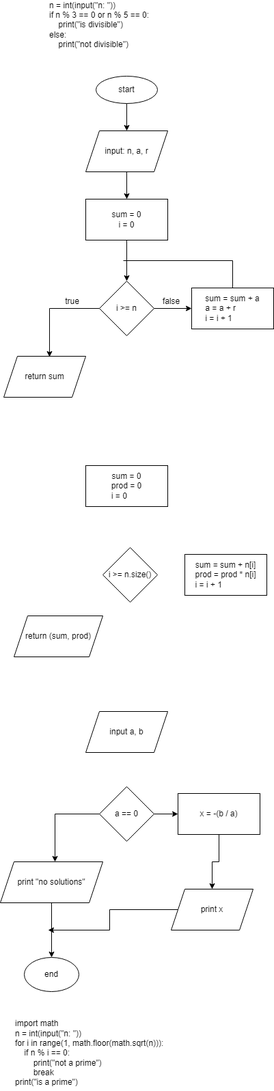
Before: home_1.drawio.png, a diagram exported from draw.io (jacekwargol/AdventOfCode). Source tidied: cells renumbered, new cells last; positions are measured from the earlier drawing's top-left corner, leaving out a move shared by most shapes.
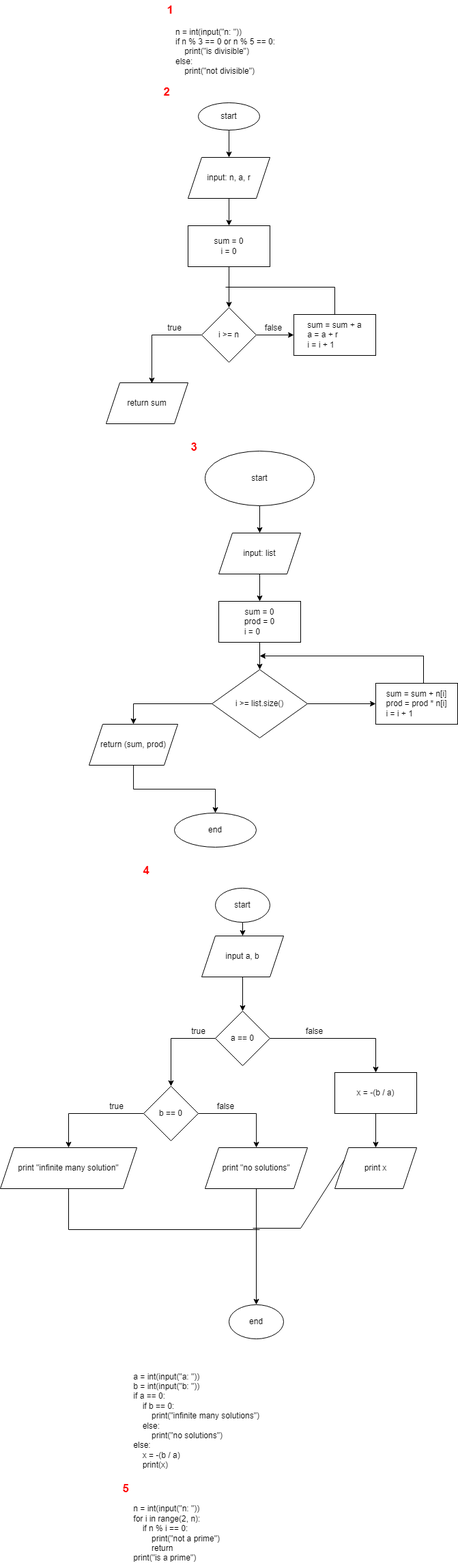
Later version of the same file.

Change to the diagram source:
```diff
@@ -3,7 +3,7 @@
     <mxCell id="0" />
     <mxCell id="1" parent="0" />
     <mxCell id="2" value="&lt;div&gt;n = int(input(&quot;n: &quot;))&lt;/div&gt;&lt;div&gt;if n % 3 == 0 or n % 5 == 0:&lt;/div&gt;&lt;div&gt;&amp;nbsp; &amp;nbsp; print(&quot;is divisible&quot;)&lt;/div&gt;&lt;div&gt;else:&lt;/div&gt;&lt;div&gt;&amp;nbsp; &amp;nbsp; print(&quot;not divisible&quot;)&lt;/div&gt;" style="text;html=1;strokeColor=none;fillColor=none;align=left;verticalAlign=middle;whiteSpace=wrap;rounded=0;" parent="1" vertex="1">
-      <mxGeometry x="70" width="230" height="30" as="geometry" />
+      <mxGeometry x="105" width="230" height="30" as="geometry" />
     </mxCell>
     <mxCell id="3" style="edgeStyle=orthogonalEdgeStyle;rounded=0;jettySize=auto;html=1;entryX=0.5;entryY=0;entryDx=0;entryDy=0;" parent="1" edge="1" source="4" target="6">
       <mxGeometry relative="1" as="geometry" />
@@ -52,57 +52,156 @@
     <mxCell id="16" value="false" style="text;html=1;align=center;verticalAlign=middle;strokeColor=none;fillColor=none;" parent="1" vertex="1">
       <mxGeometry x="225" y="405" width="50" height="30" as="geometry" />
     </mxCell>
+    <mxCell id="33" style="edgeStyle=orthogonalEdgeStyle;rounded=0;jettySize=auto;html=1;" parent="1" edge="1" source="17" target="18">
+      <mxGeometry relative="1" as="geometry" />
+    </mxCell>
     <mxCell id="17" value="sum = 0&lt;br&gt;prod = 0&lt;br&gt;&lt;div style=&quot;text-align: left;&quot;&gt;&lt;span style=&quot;background-color: initial;&quot;&gt;i = 0&lt;/span&gt;&lt;/div&gt;" style="rounded=0;whiteSpace=wrap;html=1;" parent="1" vertex="1">
-      <mxGeometry x="125" y="660" width="120" height="60" as="geometry" />
+      <mxGeometry x="170" y="820" width="120" height="60" as="geometry" />
     </mxCell>
+    <mxCell id="34" style="edgeStyle=orthogonalEdgeStyle;rounded=0;jettySize=auto;html=1;entryX=0.5;entryY=0;entryDx=0;entryDy=0;" parent="1" edge="1" source="18" target="20">
+      <mxGeometry relative="1" as="geometry" />
+    </mxCell>
+    <mxCell id="35" style="edgeStyle=orthogonalEdgeStyle;rounded=0;jettySize=auto;html=1;" parent="1" edge="1" source="18" target="19">
+      <mxGeometry relative="1" as="geometry" />
+    </mxCell>
-    <mxCell id="18" value="i &amp;gt;= n.size()" style="rhombus;whiteSpace=wrap;html=1;" parent="1" vertex="1">
-      <mxGeometry x="150" y="780" width="80" height="80" as="geometry" />
+    <mxCell id="18" value="i &amp;gt;= list.size()" style="rhombus;whiteSpace=wrap;html=1;" parent="1" vertex="1">
+      <mxGeometry x="160" y="920" width="140" height="100" as="geometry" />
     </mxCell>
     <mxCell id="19" value="sum = sum + n[i]&lt;br&gt;prod = prod * n[i]&lt;br&gt;&lt;div style=&quot;text-align: left;&quot;&gt;&lt;span style=&quot;background-color: initial;&quot;&gt;i = i + 1&lt;/span&gt;&lt;/div&gt;" style="rounded=0;whiteSpace=wrap;html=1;" parent="1" vertex="1">
-      <mxGeometry x="270" y="790" width="120" height="60" as="geometry" />
+      <mxGeometry x="400" y="940" width="120" height="60" as="geometry" />
     </mxCell>
+    <mxCell id="36" style="edgeStyle=orthogonalEdgeStyle;rounded=0;jettySize=auto;html=1;" parent="1" edge="1" source="20" target="43">
+      <mxGeometry relative="1" as="geometry" />
+    </mxCell>
     <mxCell id="20" value="return (sum, prod)" style="shape=parallelogram;perimeter=parallelogramPerimeter;whiteSpace=wrap;html=1;fixedSize=1;" parent="1" vertex="1">
-      <mxGeometry x="20" y="880" width="130" height="60" as="geometry" />
+      <mxGeometry x="-20" y="1000" width="130" height="60" as="geometry" />
     </mxCell>
+    <mxCell id="37" style="edgeStyle=orthogonalEdgeStyle;rounded=0;jettySize=auto;html=1;" parent="1" edge="1" source="21" target="24">
+      <mxGeometry relative="1" as="geometry" />
+    </mxCell>
     <mxCell id="21" value="input a, b" style="shape=parallelogram;perimeter=parallelogramPerimeter;whiteSpace=wrap;html=1;fixedSize=1;" parent="1" vertex="1">
-      <mxGeometry x="125" y="1020" width="120" height="60" as="geometry" />
+      <mxGeometry x="145" y="1310" width="120" height="60" as="geometry" />
     </mxCell>
     <mxCell id="22" style="edgeStyle=orthogonalEdgeStyle;rounded=0;jettySize=auto;html=1;" parent="1" edge="1" source="24">
       <mxGeometry relative="1" as="geometry">
-        <mxPoint x="80" y="1240" as="targetPoint" />
+        <mxPoint x="100" y="1530" as="targetPoint" />
       </mxGeometry>
     </mxCell>
     <mxCell id="23" style="edgeStyle=orthogonalEdgeStyle;rounded=0;jettySize=auto;html=1;" parent="1" edge="1" source="24" target="29">
       <mxGeometry relative="1" as="geometry" />
     </mxCell>
     <mxCell id="24" value="a == 0" style="rhombus;whiteSpace=wrap;html=1;" parent="1" vertex="1">
-      <mxGeometry x="145" y="1130" width="80" height="80" as="geometry" />
+      <mxGeometry x="165" y="1420" width="80" height="80" as="geometry" />
     </mxCell>
     <mxCell id="25" style="edgeStyle=orthogonalEdgeStyle;rounded=0;jettySize=auto;html=1;" parent="1" edge="1" source="26" target="27">
       <mxGeometry relative="1" as="geometry" />
     </mxCell>
     <mxCell id="26" value="print &quot;no solutions&quot;" style="shape=parallelogram;perimeter=parallelogramPerimeter;whiteSpace=wrap;html=1;fixedSize=1;" parent="1" vertex="1">
-      <mxGeometry y="1240" width="150" height="60" as="geometry" />
+      <mxGeometry x="150" y="1620" width="150" height="60" as="geometry" />
     </mxCell>
     <mxCell id="27" value="end" style="ellipse;whiteSpace=wrap;html=1;" parent="1" vertex="1">
-      <mxGeometry x="35" y="1380" width="80" height="50" as="geometry" />
+      <mxGeometry x="185" y="1850" width="80" height="50" as="geometry" />
     </mxCell>
     <mxCell id="28" style="edgeStyle=orthogonalEdgeStyle;rounded=0;jettySize=auto;html=1;" parent="1" edge="1" source="29" target="31">
       <mxGeometry relative="1" as="geometry" />
     </mxCell>
     <mxCell id="29" value="x = -(b / a)" style="whiteSpace=wrap;html=1;" parent="1" vertex="1">
-      <mxGeometry x="260" y="1140" width="120" height="60" as="geometry" />
+      <mxGeometry x="340" y="1510" width="120" height="60" as="geometry" />
     </mxCell>
-    <mxCell id="30" style="edgeStyle=orthogonalEdgeStyle;rounded=0;jettySize=auto;html=1;" parent="1" edge="1" source="31">
-      <mxGeometry relative="1" as="geometry">
-        <mxPoint x="70" y="1340" as="targetPoint" />
-      </mxGeometry>
-    </mxCell>
     <mxCell id="31" value="print x" style="shape=parallelogram;perimeter=parallelogramPerimeter;whiteSpace=wrap;html=1;fixedSize=1;" parent="1" vertex="1">
-      <mxGeometry x="250" y="1280" width="120" height="60" as="geometry" />
+      <mxGeometry x="340" y="1620" width="120" height="60" as="geometry" />
     </mxCell>
-    <mxCell id="32" value="&lt;div&gt;import math&lt;/div&gt;&lt;div&gt;n = int(input(&quot;n: &quot;))&lt;/div&gt;&lt;div&gt;for i in range(1, math.floor(math.sqrt(n))):&lt;/div&gt;&lt;div&gt;&amp;nbsp; &amp;nbsp; if n % i == 0:&lt;/div&gt;&lt;div&gt;&amp;nbsp; &amp;nbsp; &amp;nbsp; &amp;nbsp; print(&quot;not a prime&quot;)&lt;/div&gt;&lt;div&gt;&amp;nbsp; &amp;nbsp; &amp;nbsp; &amp;nbsp; break&lt;/div&gt;&lt;div style=&quot;&quot;&gt;print(&quot;is a prime&quot;)&lt;/div&gt;" style="text;html=1;align=left;verticalAlign=middle;strokeColor=none;fillColor=none;" parent="1" vertex="1">
-      <mxGeometry x="20" y="1465" width="240" height="110" as="geometry" />
+    <mxCell id="32" value="&lt;div&gt;&amp;nbsp; &amp;nbsp; n = int(input(&quot;n: &quot;))&lt;/div&gt;&lt;div&gt;&amp;nbsp; &amp;nbsp; for i in range(2, n):&lt;/div&gt;&lt;div&gt;&amp;nbsp; &amp;nbsp; &amp;nbsp; &amp;nbsp; if n % i == 0:&lt;/div&gt;&lt;div&gt;&amp;nbsp; &amp;nbsp; &amp;nbsp; &amp;nbsp; &amp;nbsp; &amp;nbsp; print(&quot;not a prime&quot;)&lt;/div&gt;&lt;div&gt;&amp;nbsp; &amp;nbsp; &amp;nbsp; &amp;nbsp; &amp;nbsp; &amp;nbsp; return&lt;/div&gt;&lt;div&gt;&amp;nbsp; &amp;nbsp; print(&quot;is a prime&quot;)&lt;/div&gt;" style="text;html=1;align=left;verticalAlign=middle;strokeColor=none;fillColor=none;" parent="1" vertex="1">
+      <mxGeometry x="30" y="2135" width="160" height="100" as="geometry" />
     </mxCell>
+    <mxCell id="38" style="edgeStyle=orthogonalEdgeStyle;rounded=0;jettySize=auto;html=1;" parent="1" edge="1" source="39" target="41">
+      <mxGeometry relative="1" as="geometry" />
+    </mxCell>
+    <mxCell id="39" value="start" style="ellipse;whiteSpace=wrap;html=1;" parent="1" vertex="1">
+      <mxGeometry x="150" y="600" width="160" height="80" as="geometry" />
+    </mxCell>
+    <mxCell id="40" style="edgeStyle=orthogonalEdgeStyle;rounded=0;jettySize=auto;html=1;" parent="1" edge="1" source="41" target="17">
+      <mxGeometry relative="1" as="geometry" />
+    </mxCell>
+    <mxCell id="41" value="input: list" style="shape=parallelogram;perimeter=parallelogramPerimeter;whiteSpace=wrap;html=1;fixedSize=1;" parent="1" vertex="1">
+      <mxGeometry x="170" y="720" width="120" height="60" as="geometry" />
+    </mxCell>
+    <mxCell id="42" style="endArrow=classic;html=1;rounded=0;" parent="1" edge="1">
+      <mxGeometry relative="1" as="geometry">
+        <mxPoint x="470" y="900" as="sourcePoint" />
+        <mxPoint x="230" y="900" as="targetPoint" />
+        <Array as="points">
+          <mxPoint x="470" y="940" />
+          <mxPoint x="470" y="900" />
+        </Array>
+      </mxGeometry>
+    </mxCell>
+    <mxCell id="43" value="end" style="ellipse;whiteSpace=wrap;html=1;" parent="1" vertex="1">
+      <mxGeometry x="105" y="1130" width="120" height="50" as="geometry" />
+    </mxCell>
+    <mxCell id="44" style="edgeStyle=orthogonalEdgeStyle;rounded=0;jettySize=auto;html=1;exitX=0.5;exitY=1;exitDx=0;exitDy=0;entryX=0.5;entryY=0;entryDx=0;entryDy=0;" parent="1" edge="1" source="45" target="21">
+      <mxGeometry relative="1" as="geometry" />
+    </mxCell>
+    <mxCell id="45" value="start" style="ellipse;whiteSpace=wrap;html=1;" parent="1" vertex="1">
+      <mxGeometry x="165" y="1240" width="80" height="50" as="geometry" />
+    </mxCell>
+    <mxCell id="46" style="endArrow=none;html=1;rounded=0;entryX=0;entryY=0.25;entryDx=0;entryDy=0;" parent="1" edge="1" target="31">
+      <mxGeometry relative="1" as="geometry">
+        <mxPoint x="220" y="1738" as="sourcePoint" />
+        <Array as="points">
+          <mxPoint x="290" y="1738" />
+        </Array>
+      </mxGeometry>
+    </mxCell>
+    <mxCell id="47" style="edgeStyle=orthogonalEdgeStyle;rounded=0;jettySize=auto;html=1;" parent="1" edge="1" source="49" target="26">
+      <mxGeometry relative="1" as="geometry" />
+    </mxCell>
+    <mxCell id="48" style="edgeStyle=orthogonalEdgeStyle;rounded=0;jettySize=auto;html=1;entryX=0.5;entryY=0;entryDx=0;entryDy=0;" parent="1" edge="1" source="49" target="50">
+      <mxGeometry relative="1" as="geometry" />
+    </mxCell>
+    <mxCell id="49" value="b == 0" style="rhombus;whiteSpace=wrap;html=1;" parent="1" vertex="1">
+      <mxGeometry x="60" y="1530" width="80" height="80" as="geometry" />
+    </mxCell>
+    <mxCell id="50" value="print &quot;infinite many solution&quot;" style="shape=parallelogram;perimeter=parallelogramPerimeter;whiteSpace=wrap;html=1;fixedSize=1;" parent="1" vertex="1">
+      <mxGeometry x="-150" y="1620" width="200" height="60" as="geometry" />
+    </mxCell>
+    <mxCell id="51" style="endArrow=none;html=1;rounded=0;exitX=0.5;exitY=1;exitDx=0;exitDy=0;" parent="1" edge="1" source="50">
+      <mxGeometry relative="1" as="geometry">
+        <mxPoint x="230" y="1740" as="targetPoint" />
+        <Array as="points">
+          <mxPoint x="-50" y="1740" />
+        </Array>
+      </mxGeometry>
+    </mxCell>
+    <mxCell id="52" value="true" style="text;html=1;align=center;verticalAlign=middle;strokeColor=none;fillColor=none;" parent="1" vertex="1">
+      <mxGeometry x="120" y="1435" width="40" height="30" as="geometry" />
+    </mxCell>
+    <mxCell id="53" value="false" style="text;html=1;align=center;verticalAlign=middle;strokeColor=none;fillColor=none;" parent="1" vertex="1">
+      <mxGeometry x="285" y="1435" width="50" height="30" as="geometry" />
+    </mxCell>
+    <mxCell id="54" value="true" style="text;html=1;align=center;verticalAlign=middle;strokeColor=none;fillColor=none;" parent="1" vertex="1">
+      <mxGeometry y="1545" width="40" height="30" as="geometry" />
+    </mxCell>
+    <mxCell id="55" value="false" style="text;html=1;align=center;verticalAlign=middle;strokeColor=none;fillColor=none;" parent="1" vertex="1">
+      <mxGeometry x="155" y="1545" width="50" height="30" as="geometry" />
+    </mxCell>
+    <mxCell id="56" value="&lt;div&gt;&amp;nbsp; &amp;nbsp; a = int(input(&quot;a: &quot;))&lt;/div&gt;&lt;div&gt;&amp;nbsp; &amp;nbsp; b = int(input(&quot;b: &quot;))&lt;/div&gt;&lt;div&gt;&amp;nbsp; &amp;nbsp; if a == 0:&lt;/div&gt;&lt;div&gt;&amp;nbsp; &amp;nbsp; &amp;nbsp; &amp;nbsp; if b == 0:&lt;/div&gt;&lt;div&gt;&amp;nbsp; &amp;nbsp; &amp;nbsp; &amp;nbsp; &amp;nbsp; &amp;nbsp; print(&quot;infinite many solutions&quot;)&lt;/div&gt;&lt;div&gt;&amp;nbsp; &amp;nbsp; &amp;nbsp; &amp;nbsp; else:&lt;/div&gt;&lt;div&gt;&amp;nbsp; &amp;nbsp; &amp;nbsp; &amp;nbsp; &amp;nbsp; &amp;nbsp; print(&quot;no solutions&quot;)&lt;/div&gt;&lt;div&gt;&amp;nbsp; &amp;nbsp; else:&lt;/div&gt;&lt;div&gt;&amp;nbsp; &amp;nbsp; &amp;nbsp; &amp;nbsp; x = -(b / a)&lt;/div&gt;&lt;div&gt;&amp;nbsp; &amp;nbsp; &amp;nbsp; &amp;nbsp; print(x)&lt;/div&gt;" style="text;html=1;align=left;verticalAlign=middle;strokeColor=none;fillColor=none;" parent="1" vertex="1">
+      <mxGeometry x="30" y="1940" width="220" height="160" as="geometry" />
+    </mxCell>
+    <mxCell id="57" value="&lt;b&gt;&lt;font color=&quot;#ff0000&quot; style=&quot;font-size: 17px;&quot;&gt;5&lt;/font&gt;&lt;/b&gt;" style="text;html=1;align=right;verticalAlign=middle;strokeColor=none;fillColor=none;" parent="1" vertex="1">
+      <mxGeometry x="10" y="2105" width="30" height="30" as="geometry" />
+    </mxCell>
+    <mxCell id="58" value="&lt;b&gt;&lt;font color=&quot;#ff0000&quot; style=&quot;font-size: 17px;&quot;&gt;4&lt;/font&gt;&lt;/b&gt;" style="text;html=1;align=right;verticalAlign=middle;strokeColor=none;fillColor=none;" parent="1" vertex="1">
+      <mxGeometry x="40" y="1200" width="30" height="30" as="geometry" />
+    </mxCell>
+    <mxCell id="59" value="&lt;b&gt;&lt;font color=&quot;#ff0000&quot; style=&quot;font-size: 17px;&quot;&gt;3&lt;/font&gt;&lt;/b&gt;" style="text;html=1;align=right;verticalAlign=middle;strokeColor=none;fillColor=none;" parent="1" vertex="1">
+      <mxGeometry x="110" y="580" width="30" height="30" as="geometry" />
+    </mxCell>
+    <mxCell id="60" value="&lt;b&gt;&lt;font color=&quot;#ff0000&quot; style=&quot;font-size: 17px;&quot;&gt;2&lt;/font&gt;&lt;/b&gt;" style="text;html=1;align=right;verticalAlign=middle;strokeColor=none;fillColor=none;" parent="1" vertex="1">
+      <mxGeometry x="70" y="60" width="30" height="30" as="geometry" />
+    </mxCell>
+    <mxCell id="61" value="&lt;b&gt;&lt;font color=&quot;#ff0000&quot; style=&quot;font-size: 17px;&quot;&gt;1&lt;/font&gt;&lt;/b&gt;" style="text;html=1;align=right;verticalAlign=middle;strokeColor=none;fillColor=none;" parent="1" vertex="1">
+      <mxGeometry x="75" y="-60" width="30" height="30" as="geometry" />
+    </mxCell>
   </root>
 </mxGraphModel>
```
